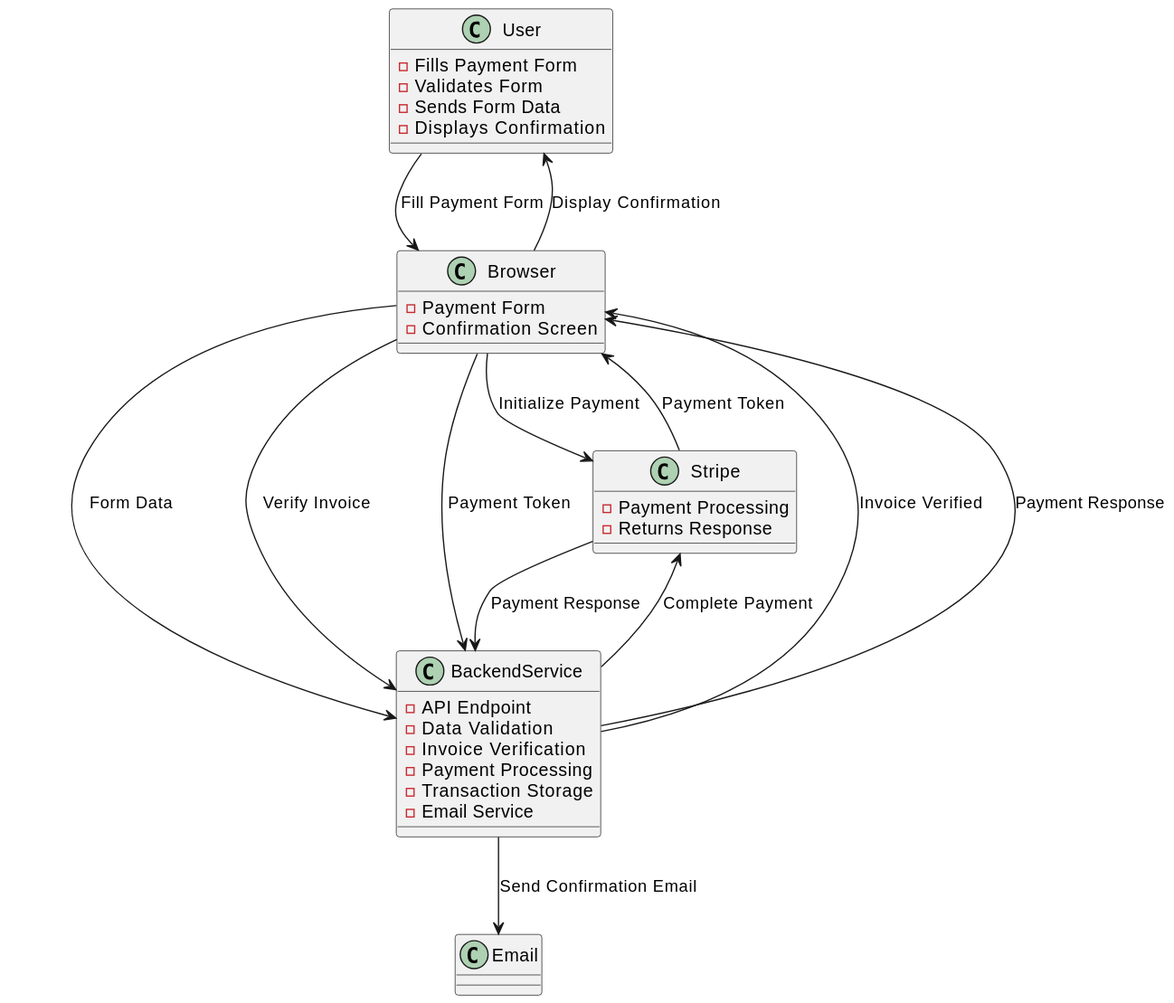
Earlier version of the PlantUML export docs/backend-data-flow.svg (PaulWheatcroft/payment).
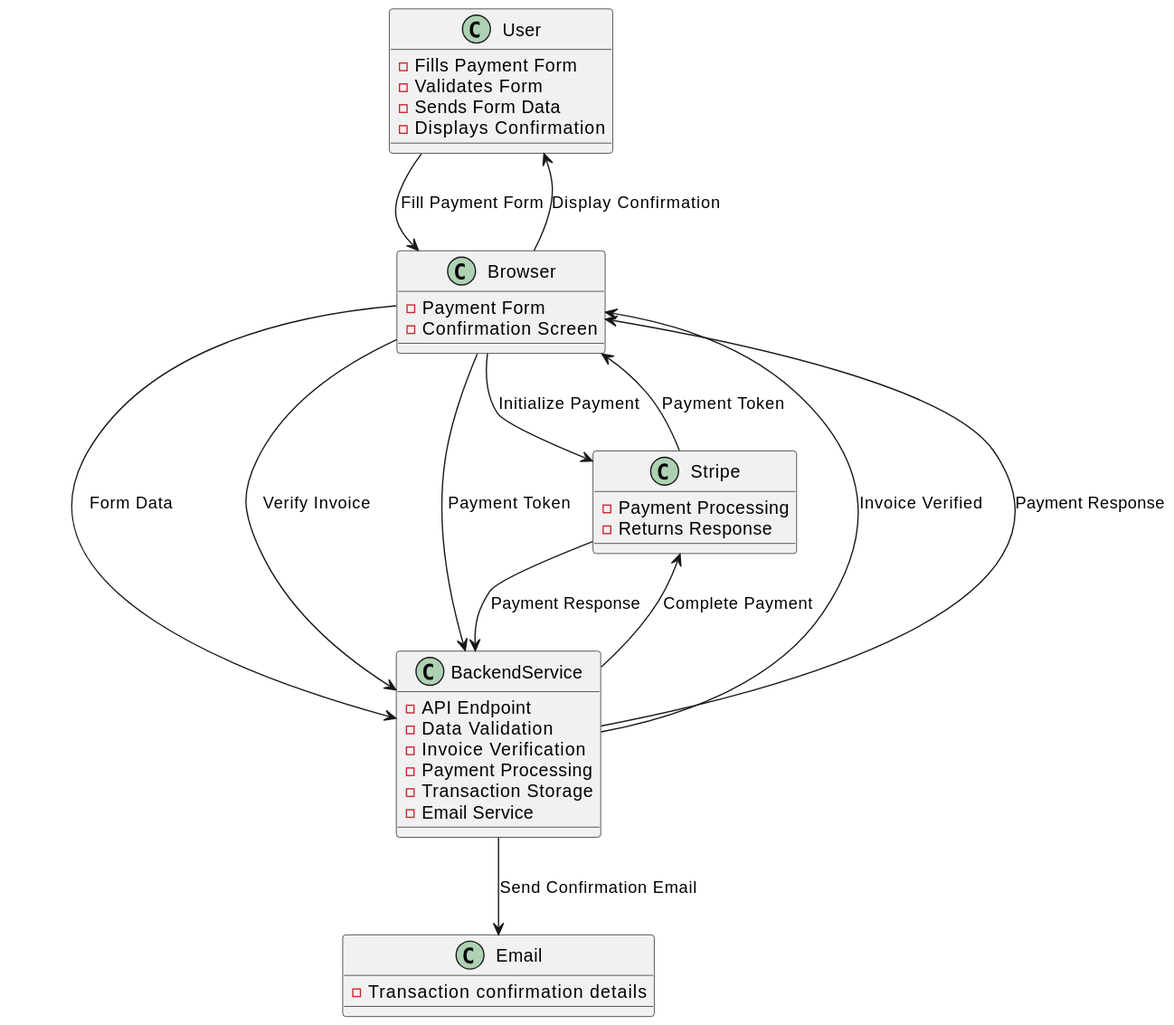
Above is the later version.

Change to the diagram source:
```diff
@@ -27,6 +27,10 @@
   - Returns Response
 }
 
+RECTANGLE Email {
+  - Transaction confirmation details
+}
+
 User --> Browser : Fill Payment Form
 Browser --> BackendService : Form Data
 Browser --> BackendService : Verify Invoice
```
